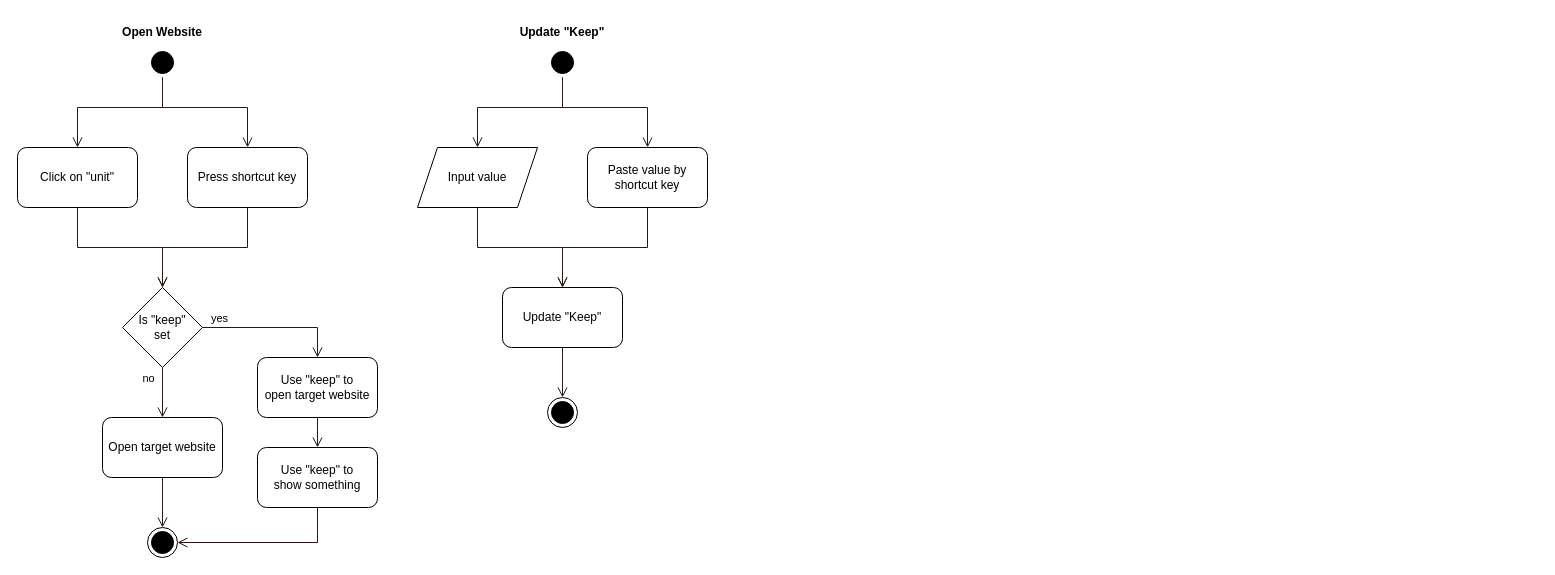
The draw.io diagram page "Activity Diagram" (1 of 2) of assets/design.drawio in SNinjo/desk, before the edit. Source tidied: cells renumbered, new cells numbered last; positions are measured from the earlier drawing's top-left corner, leaving out a move shared by most shapes. Both pictures are drawn from the tidied source at 100%, with x=0, y=0 at pixel (17, 17).
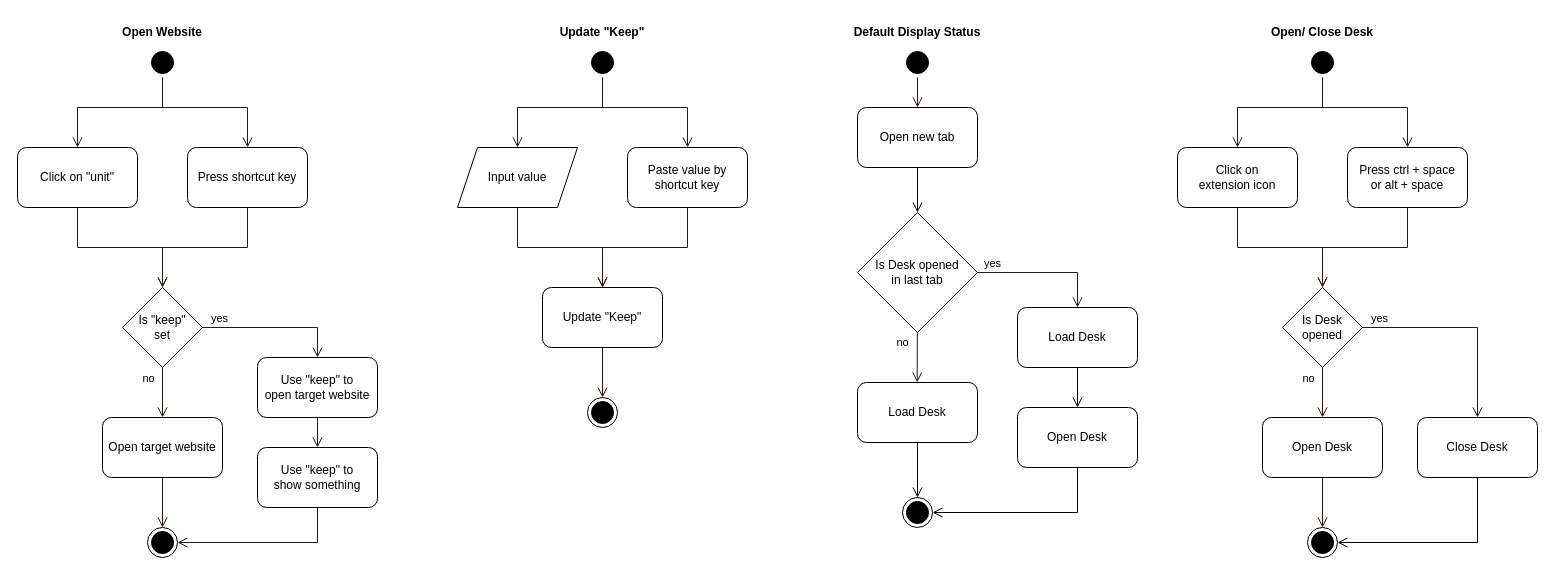
The same page after the edit.

Change to the diagram source:
```diff
@@
     <mxCell id="22" style="ellipse;html=1;shape=startState;fillColor=#000000;strokeColor=#000000;" parent="1" vertex="1">
-      <mxGeometry x="530" y="30" width="30" height="30" as="geometry" />
+      <mxGeometry x="570" y="30" width="30" height="30" as="geometry" />
     </mxCell>
     <mxCell id="23" style="edgeStyle=orthogonalEdgeStyle;html=1;verticalAlign=bottom;endArrow=open;endSize=8;strokeColor=#301313;rounded=0;" parent="1" edge="1" source="22" target="29">
       <mxGeometry relative="1" as="geometry">
         <Array as="points">
-          <mxPoint x="545" y="90" />
-          <mxPoint x="460" y="90" />
+          <mxPoint x="585" y="90" />
+          <mxPoint x="500" y="90" />
         </Array>
       </mxGeometry>
     </mxCell>
     <mxCell id="24" style="edgeStyle=orthogonalEdgeStyle;html=1;verticalAlign=bottom;endArrow=open;endSize=8;strokeColor=#301313;rounded=0;" parent="1" edge="1" source="29">
       <mxGeometry relative="1" as="geometry">
-        <mxPoint x="545" y="270" as="targetPoint" />
+        <mxPoint x="585" y="270" as="targetPoint" />
         <Array as="points">
-          <mxPoint x="460" y="230" />
-          <mxPoint x="545" y="230" />
+          <mxPoint x="500" y="230" />
+          <mxPoint x="585" y="230" />
         </Array>
       </mxGeometry>
     </mxCell>
     <mxCell id="25" style="edgeStyle=orthogonalEdgeStyle;html=1;verticalAlign=bottom;endArrow=open;endSize=8;strokeColor=#301313;rounded=0;" parent="1" edge="1" source="22" target="26">
       <mxGeometry relative="1" as="geometry">
         <Array as="points">
-          <mxPoint x="545" y="90" />
-          <mxPoint x="630" y="90" />
+          <mxPoint x="585" y="90" />
+          <mxPoint x="670" y="90" />
         </Array>
       </mxGeometry>
     </mxCell>
     <mxCell id="26" value="Paste value by&lt;br&gt;shortcut key" style="rounded=1;whiteSpace=wrap;html=1;strokeColor=#000000;" parent="1" vertex="1">
-      <mxGeometry x="570" y="130" width="120" height="60" as="geometry" />
+      <mxGeometry x="610" y="130" width="120" height="60" as="geometry" />
     </mxCell>
     <mxCell id="27" style="edgeStyle=orthogonalEdgeStyle;html=1;verticalAlign=bottom;endArrow=open;endSize=8;strokeColor=#301313;rounded=0;" parent="1" edge="1" source="26" target="31">
       <mxGeometry x="1" y="-68" relative="1" as="geometry">
         <Array as="points">
-          <mxPoint x="630" y="230" />
-          <mxPoint x="545" y="230" />
+          <mxPoint x="670" y="230" />
+          <mxPoint x="585" y="230" />
         </Array>
         <mxPoint x="-55" y="28" as="offset" />
       </mxGeometry>
     </mxCell>
     <mxCell id="28" value="Update &quot;Keep&quot;" style="text;html=1;strokeColor=none;fillColor=none;align=center;verticalAlign=middle;whiteSpace=wrap;rounded=0;fontStyle=1;" parent="1" vertex="1">
-      <mxGeometry x="500" width="90" height="30" as="geometry" />
+      <mxGeometry x="540" width="90" height="30" as="geometry" />
     </mxCell>
     <mxCell id="29" value="Input value" style="shape=parallelogram;perimeter=parallelogramPerimeter;whiteSpace=wrap;html=1;fixedSize=1;strokeColor=#000000;" parent="1" vertex="1">
-      <mxGeometry x="400" y="130" width="120" height="60" as="geometry" />
+      <mxGeometry x="440" y="130" width="120" height="60" as="geometry" />
     </mxCell>
@@
     <mxCell id="31" value="Update &quot;Keep&quot;" style="rounded=1;whiteSpace=wrap;html=1;strokeColor=#000000;" parent="1" vertex="1">
-      <mxGeometry x="485" y="270" width="120" height="60" as="geometry" />
+      <mxGeometry x="525" y="270" width="120" height="60" as="geometry" />
     </mxCell>
     <mxCell id="32" style="ellipse;html=1;shape=endState;fillColor=#000000;strokeColor=#000000;" parent="1" vertex="1">
-      <mxGeometry x="530" y="380" width="30" height="30" as="geometry" />
+      <mxGeometry x="570" y="380" width="30" height="30" as="geometry" />
     </mxCell>
+    <mxCell id="33" style="ellipse;html=1;shape=startState;fillColor=#000000;strokeColor=#000000;" parent="1" vertex="1">
+      <mxGeometry x="1290" y="30" width="30" height="30" as="geometry" />
+    </mxCell>
+    <mxCell id="34" style="edgeStyle=orthogonalEdgeStyle;html=1;verticalAlign=bottom;endArrow=open;endSize=8;strokeColor=#301313;rounded=0;" parent="1" edge="1" source="33" target="40">
+      <mxGeometry relative="1" as="geometry">
+        <Array as="points">
+          <mxPoint x="1305" y="90" />
+          <mxPoint x="1220" y="90" />
+        </Array>
+      </mxGeometry>
+    </mxCell>
+    <mxCell id="35" style="edgeStyle=orthogonalEdgeStyle;html=1;verticalAlign=bottom;endArrow=open;endSize=8;strokeColor=#301313;rounded=0;" parent="1" edge="1" target="62">
+      <mxGeometry relative="1" as="geometry">
+        <mxPoint x="1220" y="190" as="sourcePoint" />
+        <Array as="points">
+          <mxPoint x="1220" y="230" />
+          <mxPoint x="1305" y="230" />
+        </Array>
+      </mxGeometry>
+    </mxCell>
+    <mxCell id="36" style="edgeStyle=orthogonalEdgeStyle;html=1;verticalAlign=bottom;endArrow=open;endSize=8;strokeColor=#301313;rounded=0;" parent="1" edge="1" source="33" target="37">
+      <mxGeometry relative="1" as="geometry">
+        <Array as="points">
+          <mxPoint x="1305" y="90" />
+          <mxPoint x="1390" y="90" />
+        </Array>
+      </mxGeometry>
+    </mxCell>
+    <mxCell id="37" value="Press ctrl + space&lt;br&gt;or alt + space" style="rounded=1;whiteSpace=wrap;html=1;strokeColor=#000000;" parent="1" vertex="1">
+      <mxGeometry x="1330" y="130" width="120" height="60" as="geometry" />
+    </mxCell>
+    <mxCell id="38" style="edgeStyle=orthogonalEdgeStyle;html=1;verticalAlign=bottom;endArrow=open;endSize=8;strokeColor=#301313;rounded=0;" parent="1" edge="1" source="37" target="62">
+      <mxGeometry x="1" y="-68" relative="1" as="geometry">
+        <Array as="points">
+          <mxPoint x="1390" y="230" />
+          <mxPoint x="1305" y="230" />
+        </Array>
+        <mxPoint x="-55" y="28" as="offset" />
+      </mxGeometry>
+    </mxCell>
+    <mxCell id="39" value="Open/ Close Desk" style="text;html=1;strokeColor=none;fillColor=none;align=center;verticalAlign=middle;whiteSpace=wrap;rounded=0;fontStyle=1;" parent="1" vertex="1">
+      <mxGeometry x="1250" width="110" height="30" as="geometry" />
+    </mxCell>
+    <mxCell id="40" value="Click on&lt;br&gt;extension icon" style="rounded=1;whiteSpace=wrap;html=1;strokeColor=#000000;" parent="1" vertex="1">
+      <mxGeometry x="1160" y="130" width="120" height="60" as="geometry" />
+    </mxCell>
+    <mxCell id="41" style="ellipse;html=1;shape=startState;fillColor=#000000;strokeColor=#000000;" parent="1" vertex="1">
+      <mxGeometry x="885" y="30" width="30" height="30" as="geometry" />
+    </mxCell>
+    <mxCell id="42" style="edgeStyle=orthogonalEdgeStyle;html=1;verticalAlign=bottom;endArrow=open;endSize=8;strokeColor=#301313;rounded=0;" parent="1" edge="1" source="41" target="52">
+      <mxGeometry relative="1" as="geometry" />
+    </mxCell>
+    <mxCell id="43" value="Default Display Status" style="text;html=1;strokeColor=none;fillColor=none;align=center;verticalAlign=middle;whiteSpace=wrap;rounded=0;fontStyle=1;" parent="1" vertex="1">
+      <mxGeometry x="830" width="140" height="30" as="geometry" />
+    </mxCell>
+    <mxCell id="44" value="Is Desk opened&lt;br&gt;in last tab" style="rhombus;whiteSpace=wrap;html=1;strokeColor=#000000;" parent="1" vertex="1">
+      <mxGeometry x="840" y="195" width="120" height="120" as="geometry" />
+    </mxCell>
+    <mxCell id="45" style="edgeStyle=orthogonalEdgeStyle;rounded=0;jettySize=auto;html=1;strokeColor=#301313;endArrow=open;endFill=0;endSize=8;" parent="1" edge="1" source="44" target="55">
+      <mxGeometry relative="1" as="geometry">
+        <Array as="points">
+          <mxPoint x="1060" y="255" />
+        </Array>
+      </mxGeometry>
+    </mxCell>
+    <mxCell id="46" value="yes" style="edgeLabel;html=1;align=center;verticalAlign=middle;" parent="45" vertex="1">
+      <mxGeometry x="-0.66" y="-2" relative="1" as="geometry">
+        <mxPoint x="-9" y="-12" as="offset" />
+      </mxGeometry>
+    </mxCell>
+    <mxCell id="47" style="rounded=0;jettySize=auto;html=1;strokeColor=#301313;endArrow=open;endFill=0;endSize=8;" parent="1" edge="1" source="44">
+      <mxGeometry relative="1" as="geometry">
+        <mxPoint x="899.7" y="365" as="targetPoint" />
+      </mxGeometry>
+    </mxCell>
+    <mxCell id="48" value="no" style="edgeLabel;html=1;align=center;verticalAlign=middle;" parent="47" vertex="1">
+      <mxGeometry x="-0.77" y="1" relative="1" as="geometry">
+        <mxPoint x="-16" y="4" as="offset" />
+      </mxGeometry>
+    </mxCell>
+    <mxCell id="49" style="edgeStyle=none;rounded=0;jettySize=auto;html=1;endArrow=open;endFill=0;endSize=8;" parent="1" edge="1" source="50" target="53">
+      <mxGeometry relative="1" as="geometry" />
+    </mxCell>
+    <mxCell id="50" value="Load Desk" style="rounded=1;whiteSpace=wrap;html=1;strokeColor=#000000;" parent="1" vertex="1">
+      <mxGeometry x="840" y="365" width="120" height="60" as="geometry" />
+    </mxCell>
+    <mxCell id="51" style="edgeStyle=none;rounded=0;jettySize=auto;html=1;endArrow=open;endFill=0;endSize=8;" parent="1" edge="1" source="52" target="44">
+      <mxGeometry relative="1" as="geometry" />
+    </mxCell>
+    <mxCell id="52" value="Open new tab" style="rounded=1;whiteSpace=wrap;html=1;strokeColor=#000000;" parent="1" vertex="1">
+      <mxGeometry x="840" y="90" width="120" height="60" as="geometry" />
+    </mxCell>
+    <mxCell id="53" style="ellipse;html=1;shape=endState;fillColor=#000000;strokeColor=#000000;" parent="1" vertex="1">
+      <mxGeometry x="885" y="480" width="30" height="30" as="geometry" />
+    </mxCell>
+    <mxCell id="54" style="edgeStyle=none;rounded=0;jettySize=auto;html=1;endArrow=open;endFill=0;endSize=8;" parent="1" edge="1" source="55" target="57">
+      <mxGeometry relative="1" as="geometry" />
+    </mxCell>
+    <mxCell id="55" value="Load Desk" style="rounded=1;whiteSpace=wrap;html=1;strokeColor=#000000;" parent="1" vertex="1">
+      <mxGeometry x="1000" y="290" width="120" height="60" as="geometry" />
+    </mxCell>
+    <mxCell id="56" style="edgeStyle=none;rounded=0;jettySize=auto;html=1;endArrow=open;endFill=0;endSize=8;" parent="1" edge="1" source="57" target="53">
+      <mxGeometry relative="1" as="geometry">
+        <Array as="points">
+          <mxPoint x="1060" y="495" />
+        </Array>
+      </mxGeometry>
+    </mxCell>
+    <mxCell id="57" value="Open Desk" style="rounded=1;whiteSpace=wrap;html=1;strokeColor=#000000;" parent="1" vertex="1">
+      <mxGeometry x="1000" y="390" width="120" height="60" as="geometry" />
+    </mxCell>
+    <mxCell id="58" style="edgeStyle=orthogonalEdgeStyle;rounded=0;jettySize=auto;html=1;strokeColor=#301313;endArrow=open;endFill=0;endSize=8;" parent="1" edge="1" source="62" target="64">
+      <mxGeometry relative="1" as="geometry" />
+    </mxCell>
+    <mxCell id="59" value="no" style="edgeLabel;html=1;align=center;verticalAlign=middle;" parent="58" vertex="1">
+      <mxGeometry x="-0.77" y="1" relative="1" as="geometry">
+        <mxPoint x="-16" y="4" as="offset" />
+      </mxGeometry>
+    </mxCell>
+    <mxCell id="60" style="edgeStyle=orthogonalEdgeStyle;rounded=0;jettySize=auto;html=1;strokeColor=#301313;endArrow=open;endFill=0;endSize=8;" parent="1" edge="1" source="62" target="67">
+      <mxGeometry relative="1" as="geometry">
+        <Array as="points">
+          <mxPoint x="1460" y="310" />
+        </Array>
+      </mxGeometry>
+    </mxCell>
+    <mxCell id="61" value="yes" style="edgeLabel;html=1;align=center;verticalAlign=middle;" parent="60" vertex="1">
+      <mxGeometry x="-0.66" y="-2" relative="1" as="geometry">
+        <mxPoint x="-19" y="-12" as="offset" />
+      </mxGeometry>
+    </mxCell>
+    <mxCell id="62" value="Is Desk opened" style="rhombus;whiteSpace=wrap;html=1;strokeColor=#000000;" parent="1" vertex="1">
+      <mxGeometry x="1265" y="270" width="80" height="80" as="geometry" />
+    </mxCell>
+    <mxCell id="63" style="edgeStyle=orthogonalEdgeStyle;rounded=0;jettySize=auto;html=1;strokeColor=#301313;endArrow=open;endFill=0;endSize=8;" parent="1" edge="1" source="64" target="65">
+      <mxGeometry relative="1" as="geometry" />
+    </mxCell>
+    <mxCell id="64" value="Open Desk" style="rounded=1;whiteSpace=wrap;html=1;strokeColor=#000000;" parent="1" vertex="1">
+      <mxGeometry x="1245" y="400" width="120" height="60" as="geometry" />
+    </mxCell>
+    <mxCell id="65" style="ellipse;html=1;shape=endState;fillColor=#000000;strokeColor=#000000;" parent="1" vertex="1">
+      <mxGeometry x="1290" y="510" width="30" height="30" as="geometry" />
+    </mxCell>
+    <mxCell id="66" style="edgeStyle=none;rounded=0;jettySize=auto;html=1;endArrow=open;endFill=0;endSize=8;" parent="1" edge="1" source="67" target="65">
+      <mxGeometry relative="1" as="geometry">
+        <Array as="points">
+          <mxPoint x="1460" y="525" />
+        </Array>
+      </mxGeometry>
+    </mxCell>
+    <mxCell id="67" value="Close Desk" style="rounded=1;whiteSpace=wrap;html=1;strokeColor=#000000;" parent="1" vertex="1">
+      <mxGeometry x="1400" y="400" width="120" height="60" as="geometry" />
+    </mxCell>
```
